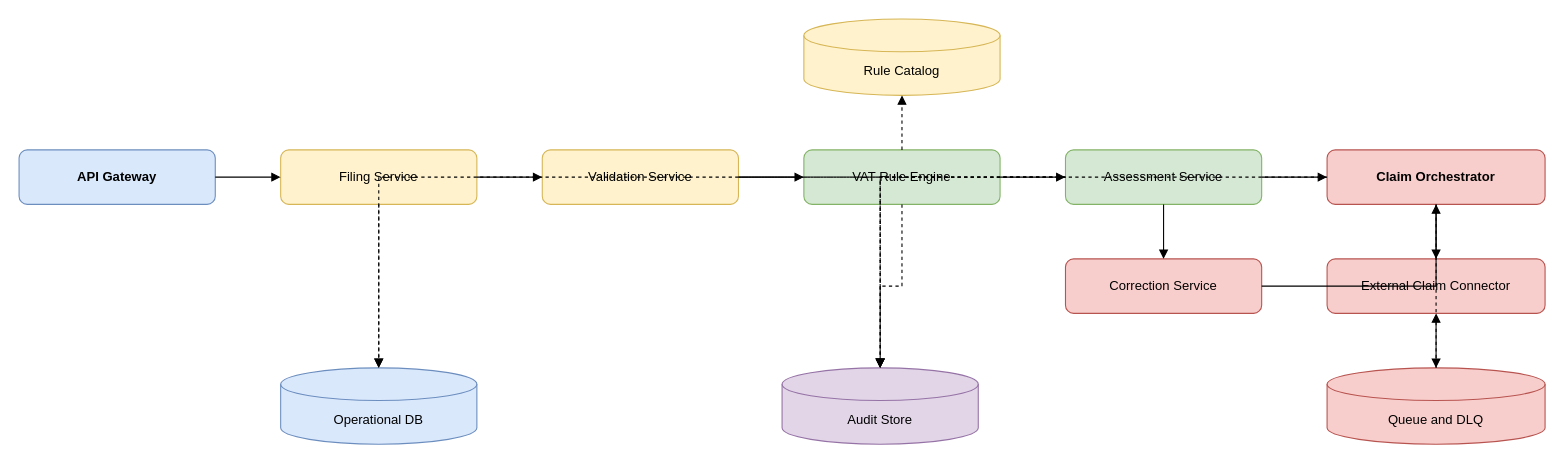
Earlier version of the draw.io diagram page "03 Logical Components" (3 of 3) of architecture/diagrams/tax-core-architecture.drawio (nc-tbi/VATRI-Codex). Source tidied: cells renumbered, new cells numbered last; positions are measured from the earlier drawing's top-left corner, leaving out a move shared by most shapes. Both pictures are drawn from the tidied source at 109%, with x=0, y=0 at pixel (19, 19).
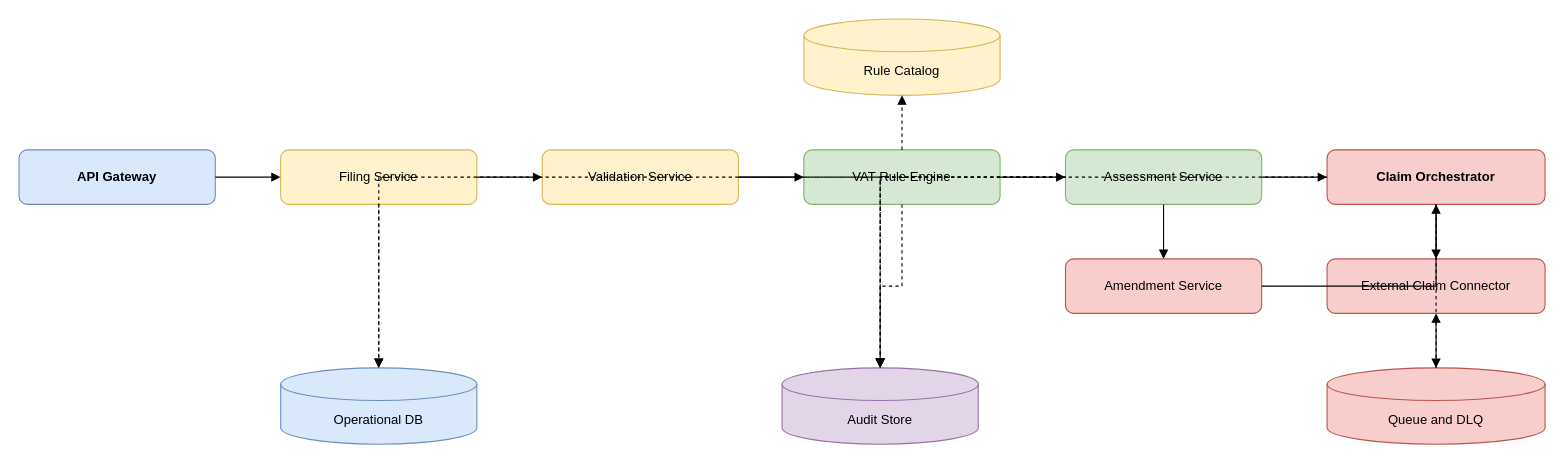
The same diagram, later.

The edit, as a diff of the source:
```diff
@@
-    <mxCell id="7" value="Correction Service" style="rounded=1;whiteSpace=wrap;html=1;fillColor=#f8cecc;strokeColor=#b85450;" parent="1" vertex="1">
+    <mxCell id="7" value="Amendment Service" style="rounded=1;whiteSpace=wrap;html=1;fillColor=#f8cecc;strokeColor=#b85450;" parent="1" vertex="1">
       <mxGeometry x="960" y="220" width="180" height="50" as="geometry" />
     </mxCell>
```
